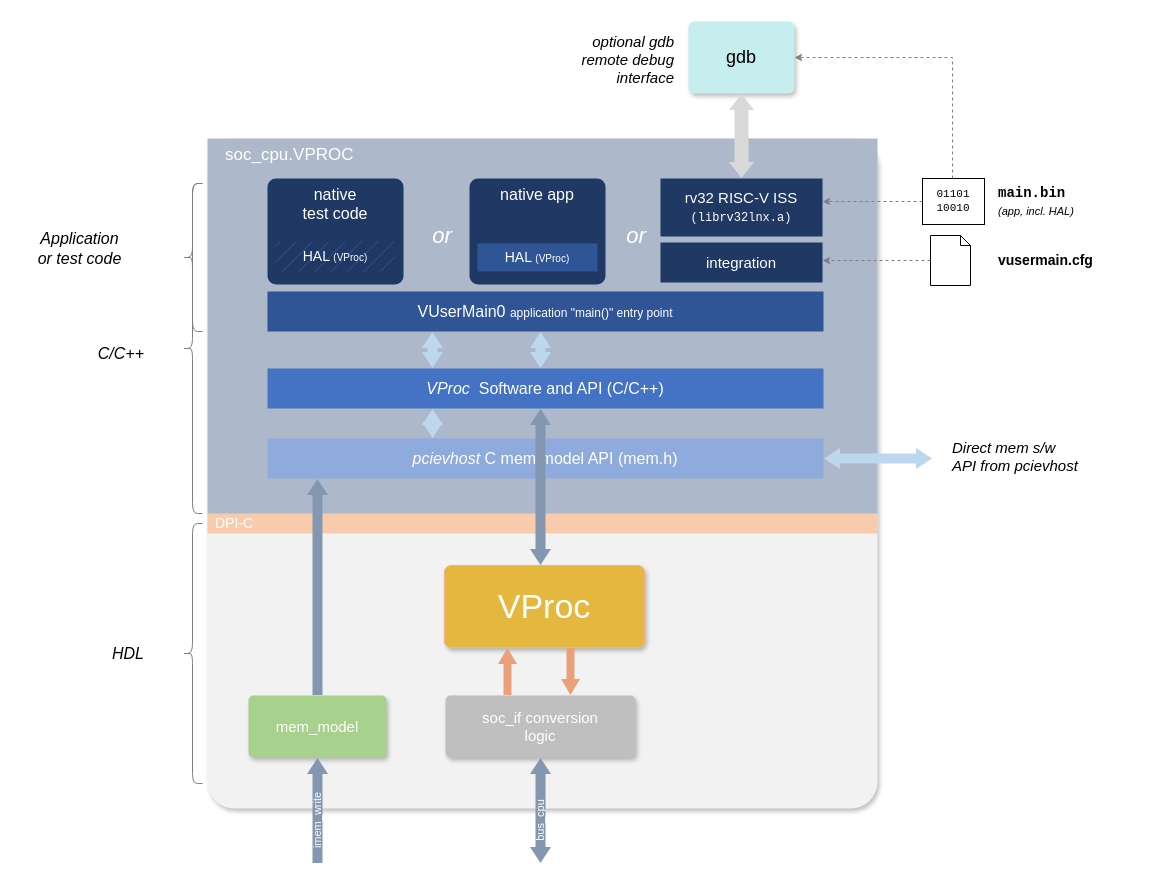
Before: 0.doc/5.sim/soc-cpu-vproc-stack.drawio in chili-chips-ba/openPCIE, a draw.io diagram. Source tidied: cells renumbered, new cells numbered last; positions are measured from the earlier drawing's top-left corner, leaving out a move shared by most shapes. Both pictures are drawn from the tidied source at 100%, with x=0, y=0 at pixel (17, 21).
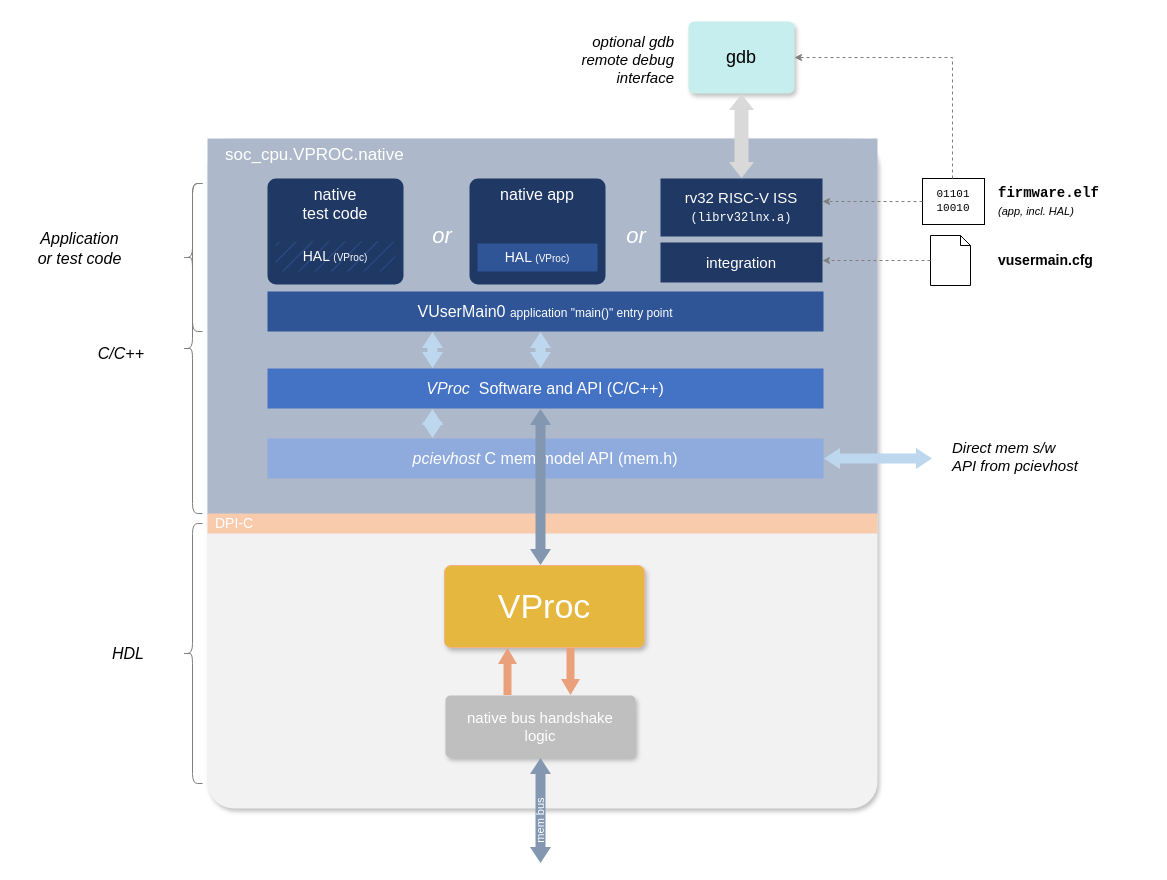
The same page after the edit.

The edit, as a diff of the source:
```diff
@@
-    <mxCell id="5" value="soc_cpu.VPROC" style="rounded=0;whiteSpace=wrap;html=1;arcSize=8;fillColor=none;strokeColor=none;fontColor=#ffffff;fontSize=17;fontStyle=0;align=left;verticalAlign=middle;spacingLeft=6;spacingRight=6;" parent="1" vertex="1">
+    <mxCell id="5" value="soc_cpu.VPROC.native" style="rounded=0;whiteSpace=wrap;html=1;arcSize=8;fillColor=none;strokeColor=none;fontColor=#ffffff;fontSize=17;fontStyle=0;align=left;verticalAlign=middle;spacingLeft=6;spacingRight=6;" parent="1" vertex="1">
       <mxGeometry x="200" y="120" width="200" height="28" as="geometry" />
     </mxCell>
@@
-    <mxCell id="18" value="mem_model" style="rounded=1;whiteSpace=wrap;html=1;arcSize=8;fillColor=#a9d18e;strokeColor=none;fontColor=#ffffff;fontSize=15;fontStyle=0;align=center;verticalAlign=middle;spacingLeft=6;spacingRight=6;shadow=1;" parent="1" vertex="1">
-      <mxGeometry x="231" y="674" width="138" height="62" as="geometry" />
-    </mxCell>
-    <mxCell id="19" value="soc_if conversion&lt;br&gt;logic" style="rounded=1;whiteSpace=wrap;html=1;arcSize=8;fillColor=#bfbfbf;strokeColor=none;fontColor=#ffffff;fontSize=15;fontStyle=0;align=center;verticalAlign=middle;spacingLeft=6;spacingRight=6;shadow=1;" parent="1" vertex="1">
+    <mxCell id="19" value="native bus handshake&lt;br&gt;logic" style="rounded=1;whiteSpace=wrap;html=1;arcSize=8;fillColor=#bfbfbf;strokeColor=none;fontColor=#ffffff;fontSize=15;fontStyle=0;align=center;verticalAlign=middle;spacingLeft=6;spacingRight=6;shadow=1;" parent="1" vertex="1">
       <mxGeometry x="428" y="674" width="190" height="62" as="geometry" />
     </mxCell>
@@
-    <mxCell id="24" style="shape=flexArrow;html=1;endArrow=block;endSize=5;startArrow=none;startSize=5;width=10;endWidth=10;startWidth=10;fillColor=#8497b0;strokeColor=none;fontColor=#ffffff;fontSize=13;fontStyle=1;" parent="1" edge="1">
-      <mxGeometry relative="1" as="geometry">
-        <mxPoint x="300" y="674" as="sourcePoint" />
-        <mxPoint x="300" y="457" as="targetPoint" />
-      </mxGeometry>
-    </mxCell>
@@
-    <mxCell id="28" style="shape=flexArrow;html=1;endArrow=block;endSize=5;startArrow=none;startSize=5;width=10;endWidth=10;startWidth=10;fillColor=#8497b0;strokeColor=none;fontColor=#ffffff;fontSize=13;fontStyle=1;" parent="1" edge="1">
-      <mxGeometry relative="1" as="geometry">
-        <mxPoint x="300" y="842" as="sourcePoint" />
-        <mxPoint x="300" y="736" as="targetPoint" />
-      </mxGeometry>
-    </mxCell>
-    <mxCell id="29" value="imem_write" style="rounded=0;whiteSpace=wrap;html=1;arcSize=8;fillColor=none;strokeColor=none;fontColor=#ffffff;fontSize=11;fontStyle=0;align=center;horizontal=0;verticalAlign=middle;spacingLeft=6;spacingRight=6;" parent="1" vertex="1">
-      <mxGeometry x="285" y="764" width="30" height="70" as="geometry" />
-    </mxCell>
-    <mxCell id="30" value="bus_cpu" style="rounded=0;whiteSpace=wrap;html=1;arcSize=8;fillColor=none;strokeColor=none;fontColor=#ffffff;fontSize=11;fontStyle=0;align=center;horizontal=0;verticalAlign=middle;spacingLeft=6;spacingRight=6;" parent="1" vertex="1">
+    <mxCell id="30" value="mem bus" style="rounded=0;whiteSpace=wrap;html=1;arcSize=8;fillColor=none;strokeColor=none;fontColor=#ffffff;fontSize=11;fontStyle=0;align=center;horizontal=0;verticalAlign=middle;spacingLeft=6;spacingRight=6;" parent="1" vertex="1">
       <mxGeometry x="508" y="764" width="30" height="70" as="geometry" />
     </mxCell>
@@
-    <mxCell id="37" value="&lt;b&gt;&lt;span style=&quot;font-family:Courier New&quot;&gt;main.bin&lt;/span&gt;&lt;/b&gt;&lt;br&gt;&lt;i style=&quot;font-size:11px&quot;&gt;(app, incl. HAL)&lt;/i&gt;" style="rounded=0;whiteSpace=wrap;html=1;arcSize=8;fillColor=none;strokeColor=none;fontColor=#000000;fontSize=14;fontStyle=0;align=left;verticalAlign=middle;spacingLeft=6;spacingRight=6;" parent="1" vertex="1">
+    <mxCell id="37" value="&lt;b&gt;&lt;span style=&quot;font-family:Courier New&quot;&gt;firmware.elf&lt;/span&gt;&lt;/b&gt;&lt;br&gt;&lt;i style=&quot;font-size:11px&quot;&gt;(app, incl. HAL)&lt;/i&gt;" style="rounded=0;whiteSpace=wrap;html=1;arcSize=8;fillColor=none;strokeColor=none;fontColor=#000000;fontSize=14;fontStyle=0;align=left;verticalAlign=middle;spacingLeft=6;spacingRight=6;" parent="1" vertex="1">
       <mxGeometry x="973" y="157" width="150" height="46" as="geometry" />
     </mxCell>
```
